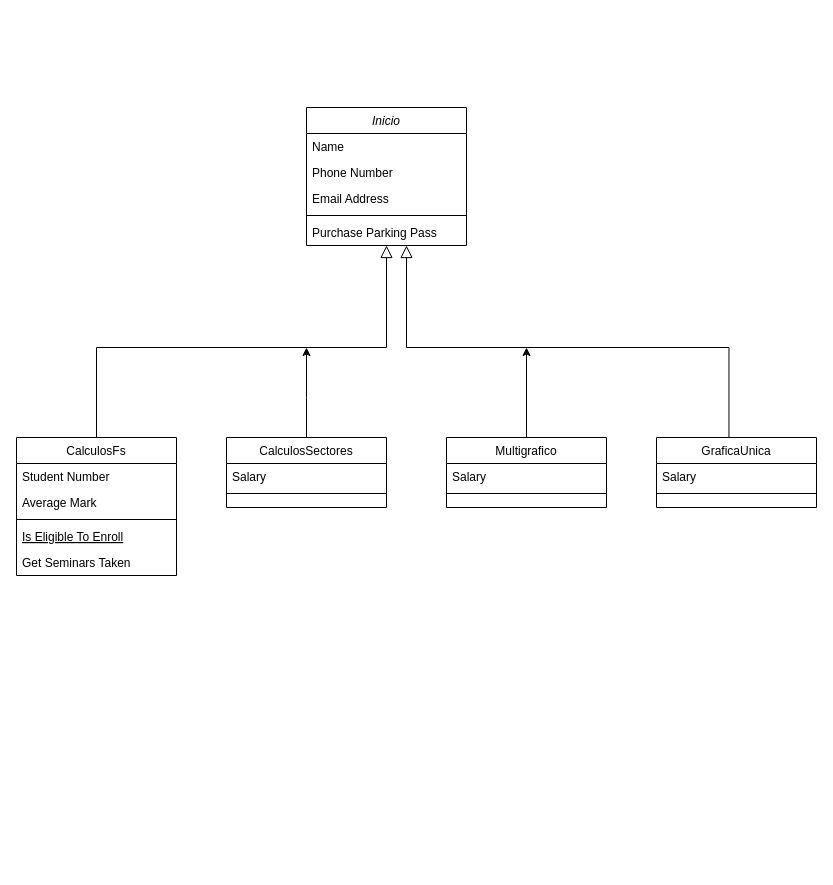
Before: Diagrama clase.drawio in kevindelrosario/PowerSIM, a draw.io diagram. Source tidied: cells renumbered, new cells numbered last; positions are measured from the earlier drawing's top-left corner, leaving out a move shared by most shapes. Both pictures are drawn from the tidied source at 100%, with x=0, y=0 at pixel (16, 107).
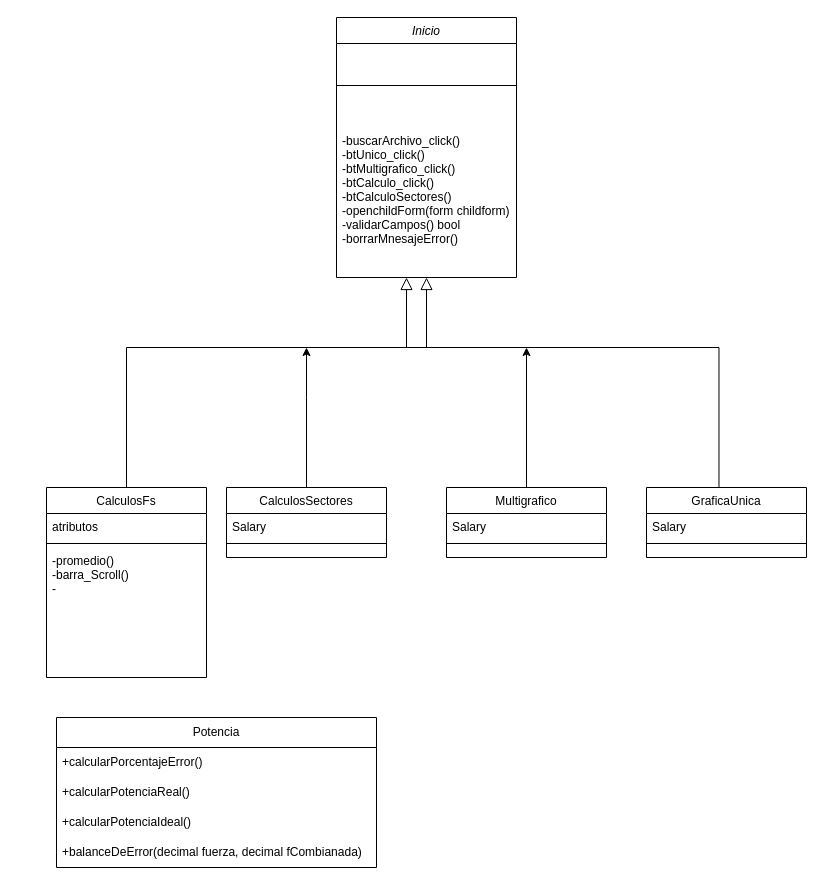
The same page after the edit.

Diff of the diagram source:
```diff
@@
     <mxCell id="2" value="Inicio" style="swimlane;fontStyle=2;align=center;verticalAlign=top;horizontal=1;startSize=26;rounded=0;shadow=0;strokeWidth=1;" parent="1" vertex="1">
-      <mxGeometry x="290" width="160" height="138" as="geometry" />
+      <mxGeometry x="320" y="-90" width="180" height="260" as="geometry" />
     </mxCell>
-    <mxCell id="3" value="Name" style="text;align=left;verticalAlign=top;spacingLeft=4;spacingRight=4;overflow=hidden;" parent="2" vertex="1">
-      <mxGeometry y="26" width="160" height="26" as="geometry" />
-    </mxCell>
-    <mxCell id="4" value="Phone Number" style="text;align=left;verticalAlign=top;spacingLeft=4;spacingRight=4;overflow=hidden;rounded=0;shadow=0;html=0;" parent="2" vertex="1">
-      <mxGeometry y="52" width="160" height="26" as="geometry" />
-    </mxCell>
-    <mxCell id="5" value="Email Address" style="text;align=left;verticalAlign=top;spacingLeft=4;spacingRight=4;overflow=hidden;rounded=0;shadow=0;html=0;" parent="2" vertex="1">
-      <mxGeometry y="78" width="160" height="26" as="geometry" />
-    </mxCell>
     <mxCell id="6" style="line;html=1;strokeWidth=1;align=left;verticalAlign=middle;spacingTop=-1;spacingLeft=3;spacingRight=3;labelPosition=right;" parent="2" vertex="1">
-      <mxGeometry y="104" width="160" height="8" as="geometry" />
+      <mxGeometry y="26" width="180" height="84" as="geometry" />
     </mxCell>
-    <mxCell id="7" value="Purchase Parking Pass" style="text;align=left;verticalAlign=top;spacingLeft=4;spacingRight=4;overflow=hidden;" parent="2" vertex="1">
-      <mxGeometry y="112" width="160" height="26" as="geometry" />
+    <mxCell id="7" value="-buscarArchivo_click()&#10;-btUnico_click()&#10;-btMultigrafico_click()&#10;-btCalculo_click()&#10;-btCalculoSectores()&#10;-openchildForm(form childform)&#10;-validarCampos() bool&#10;-borrarMnesajeError()" style="text;align=left;verticalAlign=top;spacingLeft=4;spacingRight=4;overflow=hidden;" parent="2" vertex="1">
+      <mxGeometry y="110" width="180" height="150" as="geometry" />
     </mxCell>
     <mxCell id="8" value="CalculosFs" style="swimlane;fontStyle=0;align=center;verticalAlign=top;horizontal=1;startSize=26;rounded=0;shadow=0;strokeWidth=1;" parent="1" vertex="1">
-      <mxGeometry y="330" width="160" height="138" as="geometry" />
+      <mxGeometry x="30" y="380" width="160" height="190" as="geometry" />
     </mxCell>
-    <mxCell id="9" value="Student Number" style="text;align=left;verticalAlign=top;spacingLeft=4;spacingRight=4;overflow=hidden;" parent="8" vertex="1">
+    <mxCell id="9" value="atributos" style="text;align=left;verticalAlign=top;spacingLeft=4;spacingRight=4;overflow=hidden;" parent="8" vertex="1">
       <mxGeometry y="26" width="160" height="26" as="geometry" />
     </mxCell>
-    <mxCell id="10" value="Average Mark" style="text;align=left;verticalAlign=top;spacingLeft=4;spacingRight=4;overflow=hidden;rounded=0;shadow=0;html=0;" parent="8" vertex="1">
-      <mxGeometry y="52" width="160" height="26" as="geometry" />
-    </mxCell>
     <mxCell id="11" style="line;html=1;strokeWidth=1;align=left;verticalAlign=middle;spacingTop=-1;spacingLeft=3;spacingRight=3;labelPosition=right;" parent="8" vertex="1">
-      <mxGeometry y="78" width="160" height="8" as="geometry" />
+      <mxGeometry y="52" width="160" height="8" as="geometry" />
     </mxCell>
-    <mxCell id="12" value="Is Eligible To Enroll" style="text;align=left;verticalAlign=top;spacingLeft=4;spacingRight=4;overflow=hidden;fontStyle=4;" parent="8" vertex="1">
-      <mxGeometry y="86" width="160" height="26" as="geometry" />
-    </mxCell>
-    <mxCell id="13" value="Get Seminars Taken" style="text;align=left;verticalAlign=top;spacingLeft=4;spacingRight=4;overflow=hidden;" parent="8" vertex="1">
-      <mxGeometry y="112" width="160" height="26" as="geometry" />
+    <mxCell id="13" value="-promedio()&#10;-barra_Scroll()&#10;-" style="text;align=left;verticalAlign=top;spacingLeft=4;spacingRight=4;overflow=hidden;" parent="8" vertex="1">
+      <mxGeometry y="60" width="160" height="104" as="geometry" />
     </mxCell>
@@
     <mxCell id="15" value="CalculosSectores" style="swimlane;fontStyle=0;align=center;verticalAlign=top;horizontal=1;startSize=26;rounded=0;shadow=0;strokeWidth=1;" parent="1" vertex="1">
-      <mxGeometry x="210" y="330" width="160" height="70" as="geometry" />
+      <mxGeometry x="210" y="380" width="160" height="70" as="geometry" />
     </mxCell>
@@
     <mxCell id="19" value="GraficaUnica&#10;" style="swimlane;fontStyle=0;align=center;verticalAlign=top;horizontal=1;startSize=26;rounded=0;shadow=0;strokeWidth=1;" parent="1" vertex="1">
-      <mxGeometry x="640" y="330" width="160" height="70" as="geometry" />
+      <mxGeometry x="630" y="380" width="160" height="70" as="geometry" />
     </mxCell>
@@
     <mxCell id="23" value="Multigrafico" style="swimlane;fontStyle=0;align=center;verticalAlign=top;horizontal=1;startSize=26;rounded=0;shadow=0;strokeWidth=1;" parent="1" vertex="1">
-      <mxGeometry x="430" y="330" width="160" height="70" as="geometry" />
+      <mxGeometry x="430" y="380" width="160" height="70" as="geometry" />
     </mxCell>
@@
+    <mxCell id="27" value="Potencia" style="swimlane;fontStyle=0;horizontal=1;startSize=30;whiteSpace=wrap;html=1;" parent="1" vertex="1">
+      <mxGeometry x="40" y="610" width="320" height="150" as="geometry" />
+    </mxCell>
+    <mxCell id="28" value="+calcularPorcentajeError()" style="text;strokeColor=none;fillColor=none;align=left;verticalAlign=middle;spacingLeft=4;spacingRight=4;overflow=hidden;whiteSpace=wrap;html=1;" parent="27" vertex="1">
+      <mxGeometry y="30" width="320" height="30" as="geometry" />
+    </mxCell>
+    <mxCell id="29" value="+calcularPotenciaReal()" style="text;strokeColor=none;fillColor=none;align=left;verticalAlign=middle;spacingLeft=4;spacingRight=4;overflow=hidden;whiteSpace=wrap;html=1;" parent="27" vertex="1">
+      <mxGeometry y="60" width="320" height="30" as="geometry" />
+    </mxCell>
+    <mxCell id="30" value="+calcularPotenciaIdeal()" style="text;strokeColor=none;fillColor=none;align=left;verticalAlign=middle;spacingLeft=4;spacingRight=4;overflow=hidden;whiteSpace=wrap;html=1;" parent="27" vertex="1">
+      <mxGeometry y="90" width="320" height="30" as="geometry" />
+    </mxCell>
+    <mxCell id="31" value="+balanceDeError(decimal fuerza, decimal fCombianada)" style="text;strokeColor=none;fillColor=none;align=left;verticalAlign=middle;spacingLeft=4;spacingRight=4;overflow=hidden;whiteSpace=wrap;html=1;" parent="27" vertex="1">
+      <mxGeometry y="120" width="320" height="30" as="geometry" />
+    </mxCell>
```
